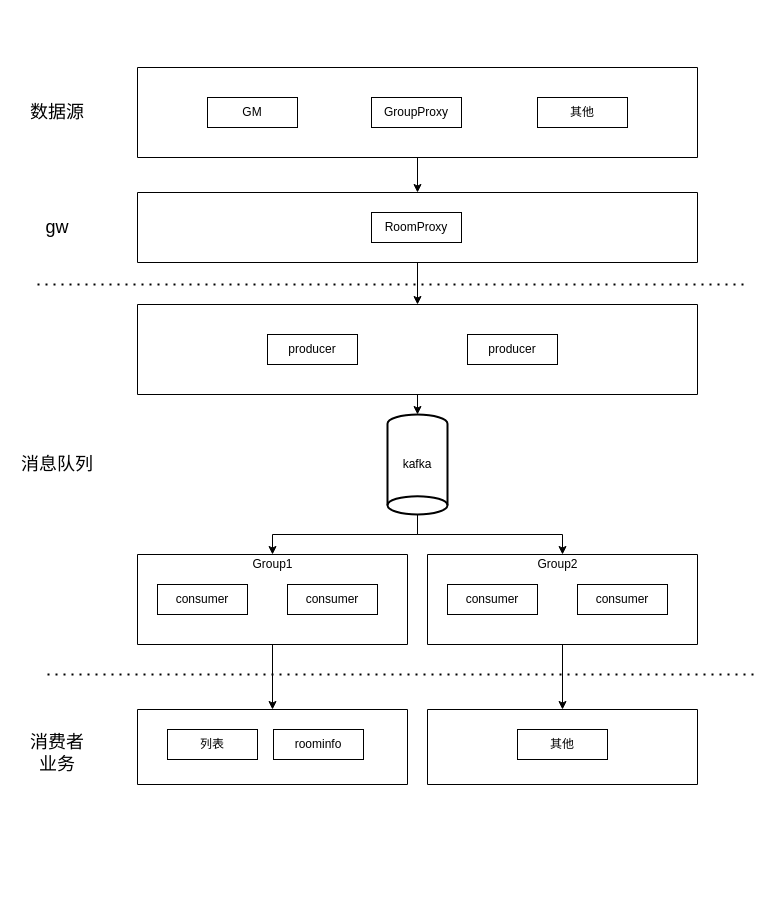
lawlient/DrawIO keeps this draw.io diagram as Untitled Diagram.drawio. Above is the earlier version. Source tidied: cells renumbered, new cells numbered last; positions are measured from the earlier drawing's top-left corner, leaving out a move shared by most shapes. Both pictures are drawn from the tidied source at 100%, with x=0, y=0 at pixel (17, 67).
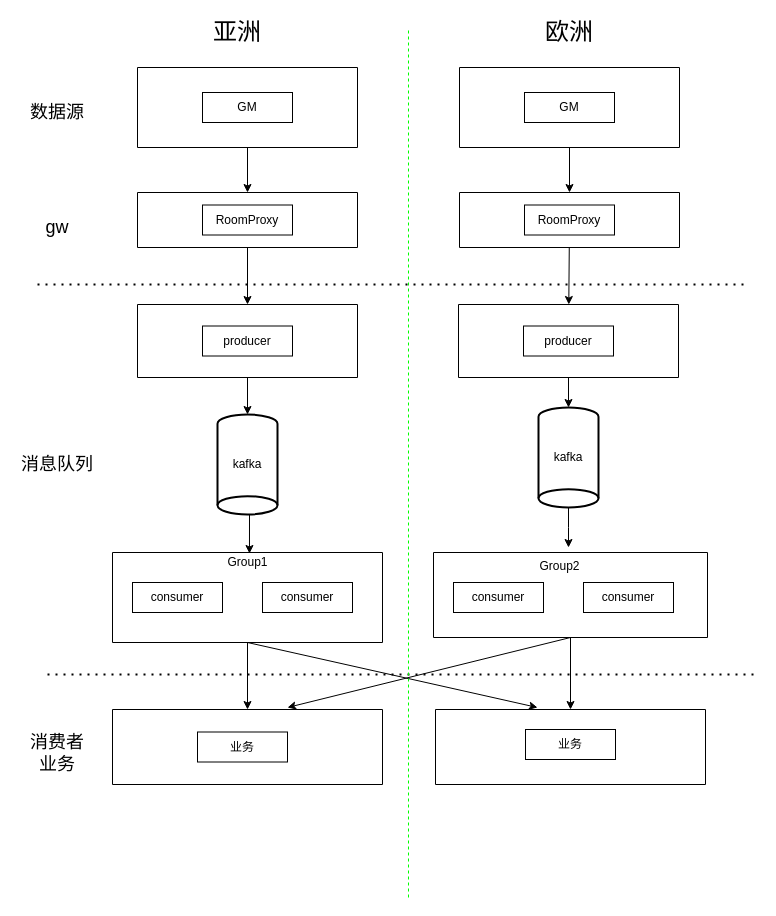
The same diagram, later.

The change refers to these unchanged cells:
```xml
<mxCell id="11" value="Group1" style="text;html=1;align=center;verticalAlign=middle;points=[];strokeColor=none;fillColor=none;" parent="8" vertex="1">
  <mxGeometry x="105" width="60" height="20" as="geometry" />
</mxCell>
```

Change to the diagram source:
```diff
@@
     <mxCell id="3" style="swimlane;startSize=0;" parent="1" vertex="1">
-      <mxGeometry x="120" width="560" height="90" as="geometry" />
+      <mxGeometry x="120" width="220" height="80" as="geometry" />
     </mxCell>
     <mxCell id="4" value="GM" style="rounded=0;whiteSpace=wrap;html=1;" parent="3" vertex="1">
-      <mxGeometry x="70" y="30" width="90" height="30" as="geometry" />
+      <mxGeometry x="65" y="25" width="90" height="30" as="geometry" />
     </mxCell>
-    <mxCell id="5" value="GroupProxy" style="rounded=0;whiteSpace=wrap;html=1;" parent="3" vertex="1">
-      <mxGeometry x="234" y="30" width="90" height="30" as="geometry" />
-    </mxCell>
-    <mxCell id="6" value="其他" style="rounded=0;whiteSpace=wrap;html=1;" parent="3" vertex="1">
-      <mxGeometry x="400" y="30" width="90" height="30" as="geometry" />
-    </mxCell>
@@
+    <mxCell id="38" style="edgeStyle=none;rounded=0;jettySize=auto;html=1;exitX=0.5;exitY=1;exitDx=0;exitDy=0;fontSize=18;" parent="1" edge="1" source="8">
+      <mxGeometry relative="1" as="geometry">
+        <mxPoint x="520" y="640" as="targetPoint" />
+      </mxGeometry>
+    </mxCell>
     <mxCell id="8" style="swimlane;startSize=0;" parent="1" vertex="1">
-      <mxGeometry x="120" y="487" width="270" height="90" as="geometry" />
+      <mxGeometry x="95" y="485" width="270" height="90" as="geometry" />
     </mxCell>
@@
     <mxCell id="13" style="swimlane;startSize=0;" parent="1" vertex="1">
-      <mxGeometry x="120" y="237" width="560" height="90" as="geometry" />
+      <mxGeometry x="120" y="237" width="220" height="73" as="geometry" />
     </mxCell>
     <mxCell id="14" value="producer" style="rounded=0;whiteSpace=wrap;html=1;" parent="13" vertex="1">
-      <mxGeometry x="130" y="30" width="90" height="30" as="geometry" />
+      <mxGeometry x="65" y="21.5" width="90" height="30" as="geometry" />
     </mxCell>
-    <mxCell id="15" value="producer" style="rounded=0;whiteSpace=wrap;html=1;" parent="13" vertex="1">
-      <mxGeometry x="330" y="30" width="90" height="30" as="geometry" />
-    </mxCell>
-    <mxCell id="16" style="edgeStyle=orthogonalEdgeStyle;rounded=0;jettySize=auto;html=1;exitX=1;exitY=0.5;exitDx=0;exitDy=0;exitPerimeter=0;entryX=0.5;entryY=0;entryDx=0;entryDy=0;" parent="1" edge="1" source="18" target="8">
-      <mxGeometry relative="1" as="geometry" />
-    </mxCell>
-    <mxCell id="17" style="edgeStyle=orthogonalEdgeStyle;rounded=0;jettySize=auto;html=1;exitX=1;exitY=0.5;exitDx=0;exitDy=0;exitPerimeter=0;" parent="1" edge="1" source="18" target="20">
-      <mxGeometry relative="1" as="geometry" />
-    </mxCell>
+    <mxCell id="39" style="edgeStyle=orthogonalEdgeStyle;rounded=0;jettySize=auto;html=1;exitX=1;exitY=0.5;exitDx=0;exitDy=0;exitPerimeter=0;entryX=0.533;entryY=0.05;entryDx=0;entryDy=0;entryPerimeter=0;fontSize=18;" parent="1" edge="1" source="18" target="11">
+      <mxGeometry relative="1" as="geometry" />
+    </mxCell>
     <mxCell id="18" value="kafka" style="strokeWidth=2;html=1;shape=mxgraph.flowchart.direct_data;whiteSpace=wrap;direction=south;" parent="1" vertex="1">
-      <mxGeometry x="370" y="347" width="60" height="100" as="geometry" />
+      <mxGeometry x="200" y="347" width="60" height="100" as="geometry" />
     </mxCell>
@@
+    <mxCell id="40" style="rounded=0;jettySize=auto;html=1;exitX=0.5;exitY=1;exitDx=0;exitDy=0;fontSize=18;" parent="1" edge="1" source="20">
+      <mxGeometry relative="1" as="geometry">
+        <mxPoint x="270" y="640" as="targetPoint" />
+      </mxGeometry>
+    </mxCell>
     <mxCell id="20" style="swimlane;startSize=0;" parent="1" vertex="1">
-      <mxGeometry x="410" y="487" width="270" height="90" as="geometry" />
+      <mxGeometry x="416" y="485" width="274" height="85" as="geometry" />
     </mxCell>
@@
     <mxCell id="24" style="swimlane;startSize=0;" parent="1" vertex="1">
-      <mxGeometry x="120" y="642" width="270" height="75" as="geometry" />
+      <mxGeometry x="95" y="642" width="270" height="75" as="geometry" />
     </mxCell>
-    <mxCell id="25" value="列表" style="rounded=0;whiteSpace=wrap;html=1;" parent="24" vertex="1">
-      <mxGeometry x="30" y="20" width="90" height="30" as="geometry" />
+    <mxCell id="25" value="业务" style="rounded=0;whiteSpace=wrap;html=1;" parent="24" vertex="1">
+      <mxGeometry x="85" y="22.5" width="90" height="30" as="geometry" />
     </mxCell>
-    <mxCell id="26" value="roominfo" style="rounded=0;whiteSpace=wrap;html=1;" parent="24" vertex="1">
-      <mxGeometry x="136" y="20" width="90" height="30" as="geometry" />
-    </mxCell>
     <mxCell id="27" style="swimlane;startSize=0;" parent="1" vertex="1">
-      <mxGeometry x="410" y="642" width="270" height="75" as="geometry" />
+      <mxGeometry x="418" y="642" width="270" height="75" as="geometry" />
     </mxCell>
-    <mxCell id="28" value="其他" style="rounded=0;whiteSpace=wrap;html=1;" parent="27" vertex="1">
+    <mxCell id="28" value="业务" style="rounded=0;whiteSpace=wrap;html=1;" parent="27" vertex="1">
       <mxGeometry x="90" y="20" width="90" height="30" as="geometry" />
     </mxCell>
     <mxCell id="29" value="Group2" style="text;html=1;align=center;verticalAlign=middle;strokeColor=none;fillColor=none;" parent="1" vertex="1">
-      <mxGeometry x="510" y="487" width="60" height="20" as="geometry" />
+      <mxGeometry x="512" y="489" width="60" height="20" as="geometry" />
     </mxCell>
@@
     <mxCell id="32" style="swimlane;startSize=0;" parent="1" vertex="1">
-      <mxGeometry x="120" y="125" width="560" height="70" as="geometry" />
+      <mxGeometry x="120" y="125" width="220" height="55" as="geometry" />
     </mxCell>
     <mxCell id="33" value="RoomProxy" style="rounded=0;whiteSpace=wrap;html=1;" parent="32" vertex="1">
-      <mxGeometry x="234" y="20" width="90" height="30" as="geometry" />
+      <mxGeometry x="65" y="12.5" width="90" height="30" as="geometry" />
     </mxCell>
@@
+    <mxCell id="41" style="endArrow=none;dashed=1;html=1;rounded=0;fontSize=18;strokeColor=#00FF00;" parent="1" edge="1">
+      <mxGeometry relative="1" as="geometry">
+        <mxPoint x="391" y="830" as="sourcePoint" />
+        <mxPoint x="391" y="-40" as="targetPoint" />
+      </mxGeometry>
+    </mxCell>
+    <mxCell id="42" style="edgeStyle=orthogonalEdgeStyle;rounded=0;jettySize=auto;html=1;exitX=1;exitY=0.5;exitDx=0;exitDy=0;exitPerimeter=0;fontSize=18;" parent="1" edge="1" source="43">
+      <mxGeometry relative="1" as="geometry">
+        <mxPoint x="551" y="480" as="targetPoint" />
+      </mxGeometry>
+    </mxCell>
+    <mxCell id="43" value="kafka" style="strokeWidth=2;html=1;shape=mxgraph.flowchart.direct_data;whiteSpace=wrap;direction=south;" parent="1" vertex="1">
+      <mxGeometry x="521" y="340" width="60" height="100" as="geometry" />
+    </mxCell>
+    <mxCell id="44" style="edgeStyle=orthogonalEdgeStyle;rounded=0;jettySize=auto;html=1;exitX=0.5;exitY=1;exitDx=0;exitDy=0;entryX=0;entryY=0.5;entryDx=0;entryDy=0;entryPerimeter=0;fontSize=18;" parent="1" edge="1" source="45" target="43">
+      <mxGeometry relative="1" as="geometry" />
+    </mxCell>
+    <mxCell id="45" style="swimlane;startSize=0;" parent="1" vertex="1">
+      <mxGeometry x="441" y="237" width="220" height="73" as="geometry" />
+    </mxCell>
+    <mxCell id="15" value="producer" style="rounded=0;whiteSpace=wrap;html=1;" parent="45" vertex="1">
+      <mxGeometry x="65" y="21.5" width="90" height="30" as="geometry" />
+    </mxCell>
+    <mxCell id="46" style="edgeStyle=orthogonalEdgeStyle;rounded=0;jettySize=auto;html=1;exitX=0.5;exitY=1;exitDx=0;exitDy=0;entryX=0.5;entryY=0;entryDx=0;entryDy=0;" parent="1" edge="1" source="47" target="50">
+      <mxGeometry relative="1" as="geometry" />
+    </mxCell>
+    <mxCell id="47" style="swimlane;startSize=0;" parent="1" vertex="1">
+      <mxGeometry x="442" width="220" height="80" as="geometry" />
+    </mxCell>
+    <mxCell id="48" value="GM" style="rounded=0;whiteSpace=wrap;html=1;" parent="47" vertex="1">
+      <mxGeometry x="65" y="25" width="90" height="30" as="geometry" />
+    </mxCell>
+    <mxCell id="49" style="edgeStyle=none;rounded=0;jettySize=auto;html=1;fontSize=18;" parent="1" edge="1" source="50" target="45">
+      <mxGeometry relative="1" as="geometry" />
+    </mxCell>
+    <mxCell id="50" style="swimlane;startSize=0;" parent="1" vertex="1">
+      <mxGeometry x="442" y="125" width="220" height="55" as="geometry" />
+    </mxCell>
+    <mxCell id="51" value="RoomProxy" style="rounded=0;whiteSpace=wrap;html=1;" parent="50" vertex="1">
+      <mxGeometry x="65" y="12.5" width="90" height="30" as="geometry" />
+    </mxCell>
+    <mxCell id="52" value="&lt;font style=&quot;font-size: 24px&quot;&gt;亚洲&lt;/font&gt;" style="text;html=1;strokeColor=none;fillColor=none;align=center;verticalAlign=middle;whiteSpace=wrap;rounded=0;fontSize=18;" parent="1" vertex="1">
+      <mxGeometry x="190" y="-50" width="60" height="30" as="geometry" />
+    </mxCell>
+    <mxCell id="53" value="&lt;font style=&quot;font-size: 24px&quot;&gt;欧洲&lt;/font&gt;" style="text;html=1;strokeColor=none;fillColor=none;align=center;verticalAlign=middle;whiteSpace=wrap;rounded=0;fontSize=18;" parent="1" vertex="1">
+      <mxGeometry x="522" y="-50" width="60" height="30" as="geometry" />
+    </mxCell>
```
